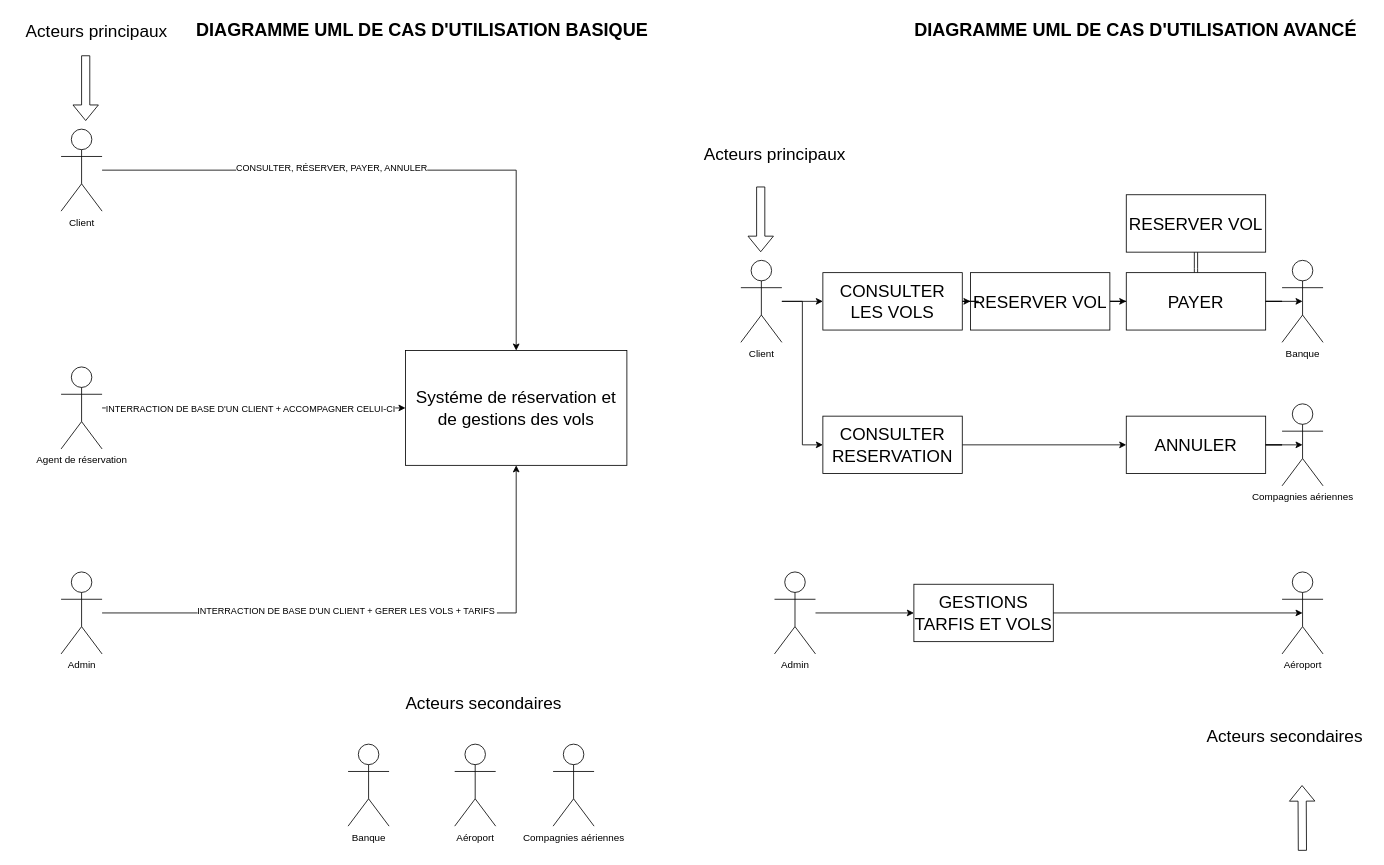
Above: Diagramme uml .drawio in MarioLeZinZin/TD_UML (draw.io), before the change. Source tidied: cells renumbered, new cells numbered last; positions are measured from the earlier drawing's top-left corner, leaving out a move shared by most shapes. Both pictures are drawn from the tidied source at 82%, with x=0, y=0 at pixel (14, 14).
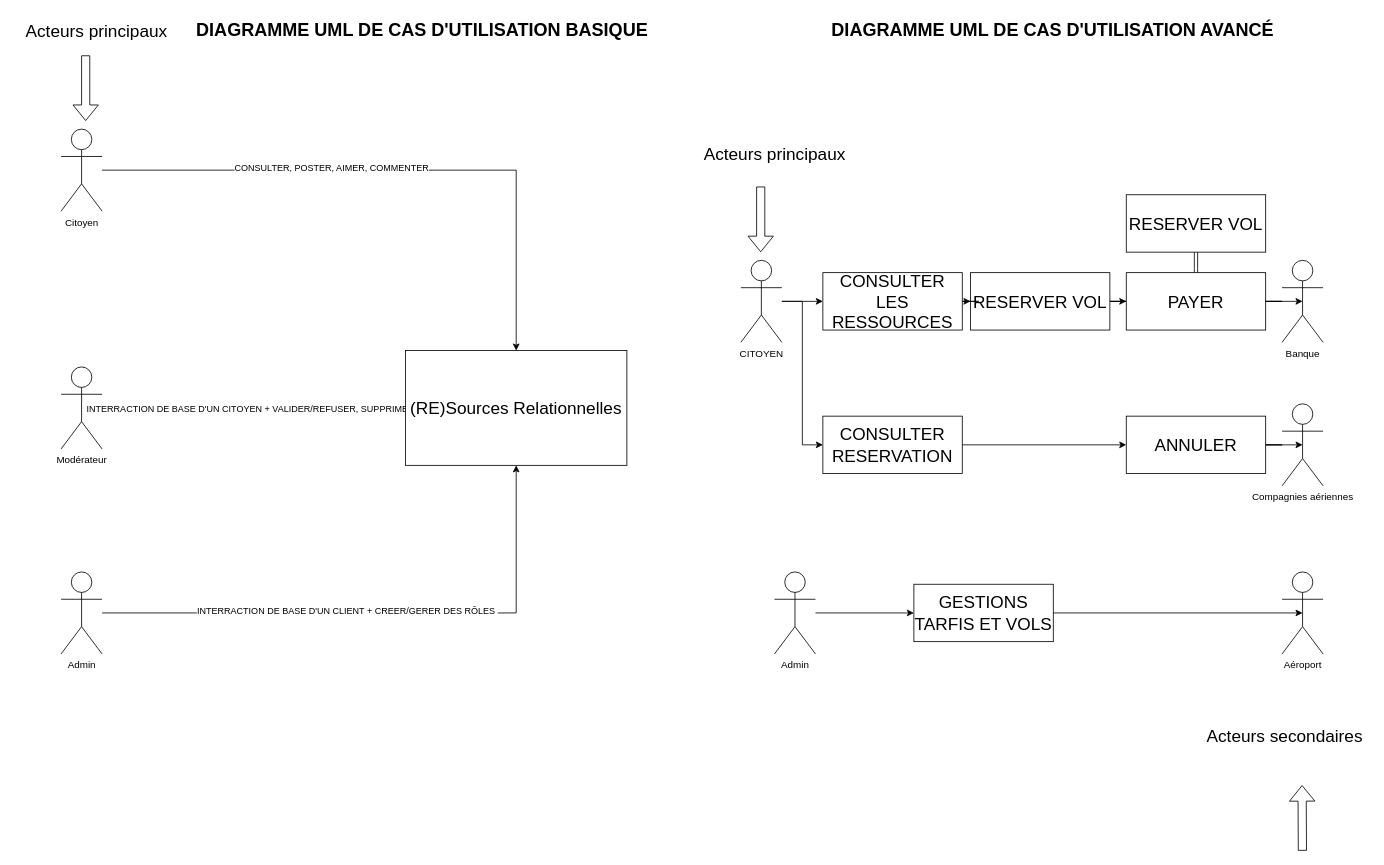
After the change.

Commit message:
Mettre à jour Diagramme uml .drawio

Unchanged cells that the change refers to:
```xml
<mxCell id="2" style="edgeStyle=orthogonalEdgeStyle;rounded=0;jettySize=auto;html=1;" parent="1" edge="1" source="4" target="11">
  <mxGeometry relative="1" as="geometry" />
</mxCell>
<mxCell id="5" style="edgeStyle=orthogonalEdgeStyle;rounded=0;jettySize=auto;html=1;" parent="1" edge="1" source="7" target="11">
  <mxGeometry relative="1" as="geometry" />
</mxCell>
<mxCell id="8" style="edgeStyle=orthogonalEdgeStyle;rounded=0;jettySize=auto;html=1;entryX=0.5;entryY=1;entryDx=0;entryDy=0;" parent="1" edge="1" source="10" target="11">
  <mxGeometry relative="1" as="geometry" />
</mxCell>
```

Diff of the diagram source:
```diff
@@
-    <mxCell id="3" value="INTERRACTION DE BASE D'UN CLIENT + ACCOMPAGNER CELUI-CI" style="edgeLabel;html=1;align=center;verticalAlign=middle;" parent="2" vertex="1">
+    <mxCell id="3" value="INTERRACTION DE BASE D'UN CITOYEN + VALIDER/REFUSER, SUPPRIMER" style="edgeLabel;html=1;align=center;verticalAlign=middle;" parent="2" vertex="1">
       <mxGeometry x="0.22" y="3" relative="1" as="geometry">
         <mxPoint x="-46" y="3" as="offset" />
       </mxGeometry>
     </mxCell>
-    <mxCell id="4" value="Agent de réservation" style="shape=umlActor;verticalLabelPosition=bottom;verticalAlign=top;html=1;" parent="1" vertex="1">
+    <mxCell id="4" value="Modérateur" style="shape=umlActor;verticalLabelPosition=bottom;verticalAlign=top;html=1;" parent="1" vertex="1">
       <mxGeometry x="57" y="430" width="50" height="100" as="geometry" />
     </mxCell>
@@
-    <mxCell id="6" value="CONSULTER, RÉSERVER, PAYER, ANNULER" style="edgeLabel;html=1;align=center;verticalAlign=middle;" parent="5" vertex="1">
+    <mxCell id="6" value="CONSULTER, POSTER, AIMER, COMMENTER" style="edgeLabel;html=1;align=center;verticalAlign=middle;" parent="5" vertex="1">
       <mxGeometry x="-0.23" y="3" relative="1" as="geometry" />
     </mxCell>
-    <mxCell id="7" value="Client" style="shape=umlActor;verticalLabelPosition=bottom;verticalAlign=top;html=1;" parent="1" vertex="1">
+    <mxCell id="7" value="Citoyen" style="shape=umlActor;verticalLabelPosition=bottom;verticalAlign=top;html=1;" parent="1" vertex="1">
       <mxGeometry x="57" y="140" width="50" height="100" as="geometry" />
     </mxCell>
@@
-    <mxCell id="9" value="INTERRACTION DE BASE D'UN CLIENT + GERER LES VOLS + TARIFS&amp;nbsp;" style="edgeLabel;html=1;align=center;verticalAlign=middle;" parent="8" vertex="1">
+    <mxCell id="9" value="INTERRACTION DE BASE D'UN CLIENT + CREER/GERER DES RÔLES&amp;nbsp;" style="edgeLabel;html=1;align=center;verticalAlign=middle;" parent="8" vertex="1">
       <mxGeometry x="-0.13" y="3" relative="1" as="geometry" />
     </mxCell>
@@
-    <mxCell id="11" value="&lt;font style=&quot;font-size: 21px;&quot;&gt;Systéme de réservation et de gestions des vols&lt;/font&gt;" style="html=1;whiteSpace=wrap;" parent="1" vertex="1">
+    <mxCell id="11" value="&lt;font style=&quot;font-size: 21px;&quot;&gt;(RE)Sources Relationnelles&lt;/font&gt;" style="html=1;whiteSpace=wrap;" parent="1" vertex="1">
       <mxGeometry x="477" y="410" width="270" height="140" as="geometry" />
     </mxCell>
-    <mxCell id="12" value="Banque" style="shape=umlActor;verticalLabelPosition=bottom;verticalAlign=top;html=1;" parent="1" vertex="1">
-      <mxGeometry x="407" y="890" width="50" height="100" as="geometry" />
-    </mxCell>
-    <mxCell id="13" value="Aéroport" style="shape=umlActor;verticalLabelPosition=bottom;verticalAlign=top;html=1;" parent="1" vertex="1">
-      <mxGeometry x="537" y="890" width="50" height="100" as="geometry" />
-    </mxCell>
-    <mxCell id="14" value="Compagnies aériennes" style="shape=umlActor;verticalLabelPosition=bottom;verticalAlign=top;html=1;" parent="1" vertex="1">
-      <mxGeometry x="657" y="890" width="50" height="100" as="geometry" />
-    </mxCell>
-    <mxCell id="15" value="&lt;font style=&quot;font-size: 21px;&quot;&gt;Acteurs secondaires&lt;/font&gt;" style="text;html=1;align=center;verticalAlign=middle;strokeColor=none;fillColor=none;" parent="1" vertex="1">
-      <mxGeometry x="467" y="820" width="210" height="40" as="geometry" />
-    </mxCell>
@@
-    <mxCell id="21" value="Client" style="shape=umlActor;verticalLabelPosition=bottom;verticalAlign=top;html=1;" parent="1" vertex="1">
+    <mxCell id="21" value="CITOYEN" style="shape=umlActor;verticalLabelPosition=bottom;verticalAlign=top;html=1;" parent="1" vertex="1">
       <mxGeometry x="886" y="300" width="50" height="100" as="geometry" />
     </mxCell>
@@
     <mxCell id="29" value="&lt;font style=&quot;font-size: 22px;&quot;&gt;&lt;b&gt;DIAGRAMME UML DE CAS D'UTILISATION AVANCÉ&lt;/b&gt;&lt;/font&gt;" style="text;html=1;align=center;verticalAlign=middle;strokeColor=none;fillColor=none;" parent="1" vertex="1">
-      <mxGeometry x="1087" width="560" height="40" as="geometry" />
+      <mxGeometry x="986" width="560" height="40" as="geometry" />
     </mxCell>
@@
-    <mxCell id="33" value="&lt;span style=&quot;font-size: 21px;&quot;&gt;CONSULTER LES VOLS&lt;/span&gt;" style="html=1;whiteSpace=wrap;" parent="1" vertex="1">
+    <mxCell id="33" value="&lt;span style=&quot;font-size: 21px;&quot;&gt;CONSULTER LES RESSOURCES&lt;/span&gt;" style="html=1;whiteSpace=wrap;" parent="1" vertex="1">
       <mxGeometry x="986" y="315" width="170" height="70" as="geometry" />
     </mxCell>
```
